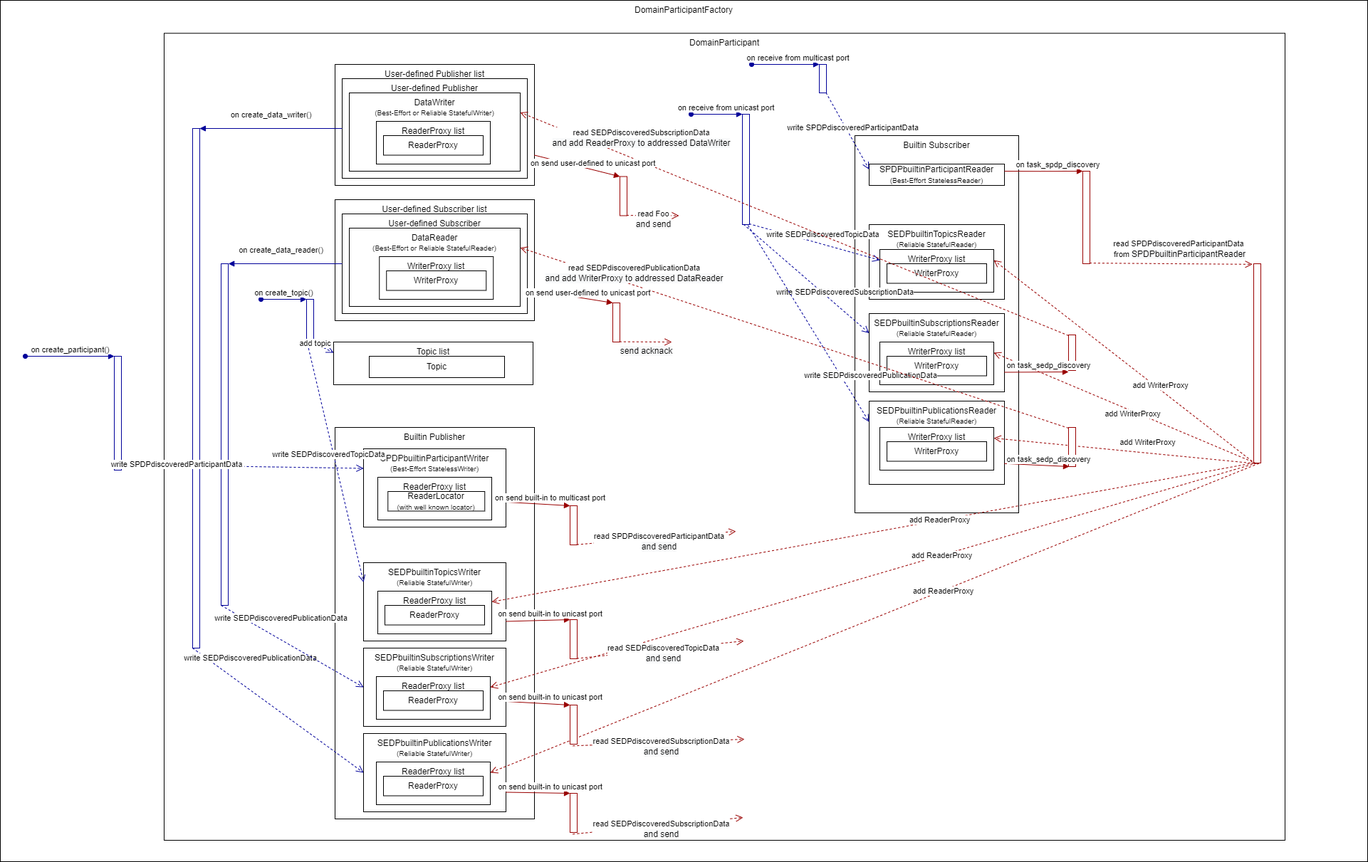
The draw.io diagram discovery.drawio.png in s2e-systems/dust-dds, before a commit. Source tidied: cells renumbered, new cells last; positions are measured from the earlier drawing's top-left corner, leaving out a move shared by most shapes.
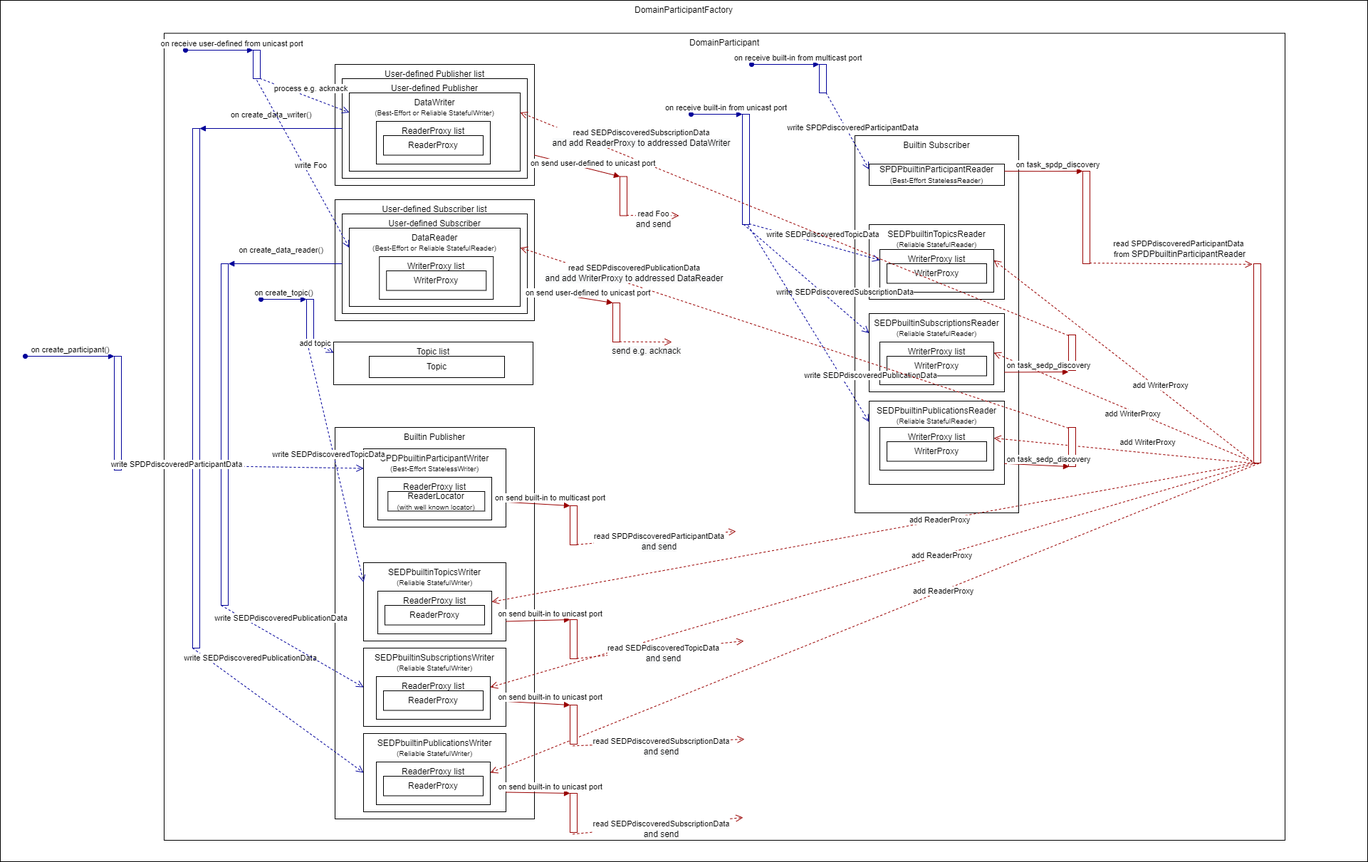
After the commit.

Commit message:
add user-defined communication to drawing

What changed in the source:
```diff
@@ -161,7 +161,7 @@
     <mxCell id="54" style="html=1;points=[];perimeter=orthogonalPerimeter;strokeColor=#000099;" parent="41" vertex="1">
       <mxGeometry x="1150" y="90" width="10" height="40" as="geometry" />
     </mxCell>
-    <mxCell id="55" value="on receive from multicast port" style="html=1;verticalAlign=bottom;endArrow=block;entryX=0;entryY=0;rounded=0;strokeColor=#000099;startArrow=oval;startFill=1;" parent="41" edge="1" target="54">
+    <mxCell id="55" value="on receive built-in from multicast port" style="html=1;verticalAlign=bottom;endArrow=block;entryX=0;entryY=0;rounded=0;strokeColor=#000099;startArrow=oval;startFill=1;" parent="41" edge="1" target="54">
       <mxGeometry x="0.39" relative="1" as="geometry">
         <mxPoint x="1055" y="90" as="sourcePoint" />
         <mxPoint x="-1" as="offset" />
@@ -173,7 +173,7 @@
     <mxCell id="57" style="html=1;points=[];perimeter=orthogonalPerimeter;strokeColor=#000099;" parent="41" vertex="1">
       <mxGeometry x="1042" y="160" width="10" height="155" as="geometry" />
     </mxCell>
-    <mxCell id="58" value="on receive from unicast port" style="html=1;verticalAlign=bottom;endArrow=block;entryX=0;entryY=0;rounded=0;strokeColor=#000099;startArrow=oval;startFill=1;" parent="41" edge="1" target="57">
+    <mxCell id="58" value="on receive built-in from unicast port" style="html=1;verticalAlign=bottom;endArrow=block;entryX=0;entryY=0;rounded=0;strokeColor=#000099;startArrow=oval;startFill=1;" parent="41" edge="1" target="57">
       <mxGeometry x="0.39" relative="1" as="geometry">
         <mxPoint x="970" y="160" as="sourcePoint" />
         <mxPoint x="-1" as="offset" />
@@ -302,33 +302,54 @@
     <mxCell id="91" value="&lt;span&gt;read SEDPdiscoveredSubscriptionData&lt;/span&gt;&lt;span style=&quot;background-color: rgb(248 , 249 , 250) ; font-size: 12px&quot;&gt;&lt;br&gt;and add ReaderProxy to addressed DataWriter&lt;br&gt;&lt;/span&gt;" style="html=1;verticalAlign=bottom;endArrow=open;dashed=1;endSize=8;exitX=0;exitY=0.02;rounded=0;exitDx=0;exitDy=0;exitPerimeter=0;entryX=1;entryY=0.25;entryDx=0;entryDy=0;strokeColor=#990000;" parent="63" edge="1" source="89" target="19">
       <mxGeometry x="0.57" y="-15" relative="1" as="geometry" />
     </mxCell>
+    <mxCell id="98" value="User-defined Communication" parent="0" />
+    <mxCell id="99" value="on receive user-defined from unicast port" style="html=1;verticalAlign=bottom;endArrow=block;entryX=0;entryY=0;rounded=0;strokeColor=#000099;startArrow=oval;startFill=1;" parent="98" edge="1" target="100">
+      <mxGeometry x="0.39" relative="1" as="geometry">
+        <mxPoint x="260" y="70" as="sourcePoint" />
+        <mxPoint x="-1" as="offset" />
+      </mxGeometry>
+    </mxCell>
+    <mxCell id="100" style="html=1;points=[];perimeter=orthogonalPerimeter;strokeColor=#000099;" parent="98" vertex="1">
+      <mxGeometry x="355" y="70" width="10" height="40" as="geometry" />
+    </mxCell>
+    <mxCell id="101" value="process e.g. acknack" style="html=1;verticalAlign=bottom;endArrow=open;dashed=1;endSize=8;exitX=0.939;exitY=0.993;rounded=0;exitDx=0;exitDy=0;exitPerimeter=0;entryX=0;entryY=0.25;entryDx=0;entryDy=0;strokeColor=#000099;" parent="98" edge="1" source="100">
+      <mxGeometry x="0.11" y="4" relative="1" as="geometry">
+        <mxPoint x="490" y="157.5" as="targetPoint" />
+      </mxGeometry>
+    </mxCell>
+    <mxCell id="102" value="write Foo" style="html=1;verticalAlign=bottom;endArrow=open;dashed=1;endSize=8;exitX=0.5;exitY=1.05;rounded=0;exitDx=0;exitDy=0;exitPerimeter=0;entryX=0;entryY=0.25;entryDx=0;entryDy=0;strokeColor=#000099;" parent="98" edge="1" source="100">
+      <mxGeometry x="0.11" y="4" relative="1" as="geometry">
+        <mxPoint x="490" y="347.5" as="targetPoint" />
+      </mxGeometry>
+    </mxCell>
-    <mxCell id="92" style="html=1;points=[];perimeter=orthogonalPerimeter;strokeColor=#990000;" parent="63" vertex="1">
+    <mxCell id="92" style="html=1;points=[];perimeter=orthogonalPerimeter;strokeColor=#990000;" parent="98" vertex="1">
       <mxGeometry x="860" y="425" width="10" height="55" as="geometry" />
     </mxCell>
-    <mxCell id="93" value="on send user-defined to unicast port" style="html=1;verticalAlign=bottom;endArrow=block;entryX=0;entryY=0;rounded=0;strokeColor=#990000;exitX=1;exitY=0.75;exitDx=0;exitDy=0;" parent="63" edge="1" target="92">
-      <mxGeometry x="0.39" relative="1" as="geometry">
-        <mxPoint x="750" y="407.5" as="sourcePoint" />
-        <mxPoint x="-1" as="offset" />
-      </mxGeometry>
-    </mxCell>
-    <mxCell id="94" value="&lt;span style=&quot;background-color: rgb(248 , 249 , 250) ; font-size: 12px&quot;&gt;send acknack&lt;br&gt;&lt;/span&gt;" style="html=1;verticalAlign=bottom;endArrow=open;dashed=1;endSize=8;exitX=0.939;exitY=0.993;rounded=0;exitDx=0;exitDy=0;exitPerimeter=0;strokeColor=#990000;" parent="63" edge="1" source="92">
-      <mxGeometry x="0.02" y="-22" relative="1" as="geometry">
-        <mxPoint x="943" y="480" as="targetPoint" />
-      </mxGeometry>
-    </mxCell>
+    <mxCell id="103" value="on send user-defined to unicast port" style="html=1;verticalAlign=bottom;endArrow=block;entryX=0;entryY=0;rounded=0;strokeColor=#990000;exitX=1;exitY=0.75;exitDx=0;exitDy=0;" parent="98" edge="1" target="92">
+      <mxGeometry x="0.39" relative="1" as="geometry">
+        <mxPoint x="750" y="407.5" as="sourcePoint" />
+        <mxPoint x="-1" as="offset" />
+      </mxGeometry>
+    </mxCell>
+    <mxCell id="104" value="&lt;span style=&quot;background-color: rgb(248 , 249 , 250) ; font-size: 12px&quot;&gt;send e.g. acknack&lt;br&gt;&lt;/span&gt;" style="html=1;verticalAlign=bottom;endArrow=open;dashed=1;endSize=8;exitX=0.939;exitY=0.993;rounded=0;exitDx=0;exitDy=0;exitPerimeter=0;strokeColor=#990000;" parent="98" edge="1" source="92">
+      <mxGeometry x="0.02" y="-22" relative="1" as="geometry">
+        <mxPoint x="943" y="480" as="targetPoint" />
+      </mxGeometry>
+    </mxCell>
+    <mxCell id="97" value="&lt;span&gt;read Foo&lt;/span&gt;&lt;span style=&quot;background-color: rgb(248 , 249 , 250) ; font-size: 12px&quot;&gt;&lt;br&gt;and send&lt;br&gt;&lt;/span&gt;" style="html=1;verticalAlign=bottom;endArrow=open;dashed=1;endSize=8;exitX=0.939;exitY=0.993;rounded=0;exitDx=0;exitDy=0;exitPerimeter=0;strokeColor=#990000;" parent="98" edge="1">
+      <mxGeometry x="0.02" y="-22" relative="1" as="geometry">
+        <mxPoint x="879.4" y="302.1" as="sourcePoint" />
+        <mxPoint x="953" y="302.5" as="targetPoint" />
+      </mxGeometry>
+    </mxCell>
+    <mxCell id="105" value="on send user-defined to unicast port" style="html=1;verticalAlign=bottom;endArrow=block;entryX=0;entryY=0;rounded=0;strokeColor=#990000;exitX=1;exitY=0.75;exitDx=0;exitDy=0;" parent="98" edge="1" target="95">
+      <mxGeometry x="0.39" relative="1" as="geometry">
+        <mxPoint x="750" y="217.5" as="sourcePoint" />
+        <mxPoint x="-1" as="offset" />
+      </mxGeometry>
+    </mxCell>
-    <mxCell id="95" style="html=1;points=[];perimeter=orthogonalPerimeter;strokeColor=#990000;" parent="63" vertex="1">
+    <mxCell id="95" style="html=1;points=[];perimeter=orthogonalPerimeter;strokeColor=#990000;" parent="98" vertex="1">
       <mxGeometry x="870" y="247.5" width="10" height="55" as="geometry" />
     </mxCell>
-    <mxCell id="96" value="on send user-defined to unicast port" style="html=1;verticalAlign=bottom;endArrow=block;entryX=0;entryY=0;rounded=0;strokeColor=#990000;exitX=1;exitY=0.75;exitDx=0;exitDy=0;" parent="63" edge="1" target="95">
-      <mxGeometry x="0.39" relative="1" as="geometry">
-        <mxPoint x="750" y="217.5" as="sourcePoint" />
-        <mxPoint x="-1" as="offset" />
-      </mxGeometry>
-    </mxCell>
-    <mxCell id="97" value="&lt;span&gt;read Foo&lt;/span&gt;&lt;span style=&quot;background-color: rgb(248 , 249 , 250) ; font-size: 12px&quot;&gt;&lt;br&gt;and send&lt;br&gt;&lt;/span&gt;" style="html=1;verticalAlign=bottom;endArrow=open;dashed=1;endSize=8;exitX=0.939;exitY=0.993;rounded=0;exitDx=0;exitDy=0;exitPerimeter=0;strokeColor=#990000;" parent="63" edge="1" source="95">
-      <mxGeometry x="0.02" y="-22" relative="1" as="geometry">
-        <mxPoint x="953" y="302.5" as="targetPoint" />
-      </mxGeometry>
-    </mxCell>
   </root>
 </mxGraphModel>
```
